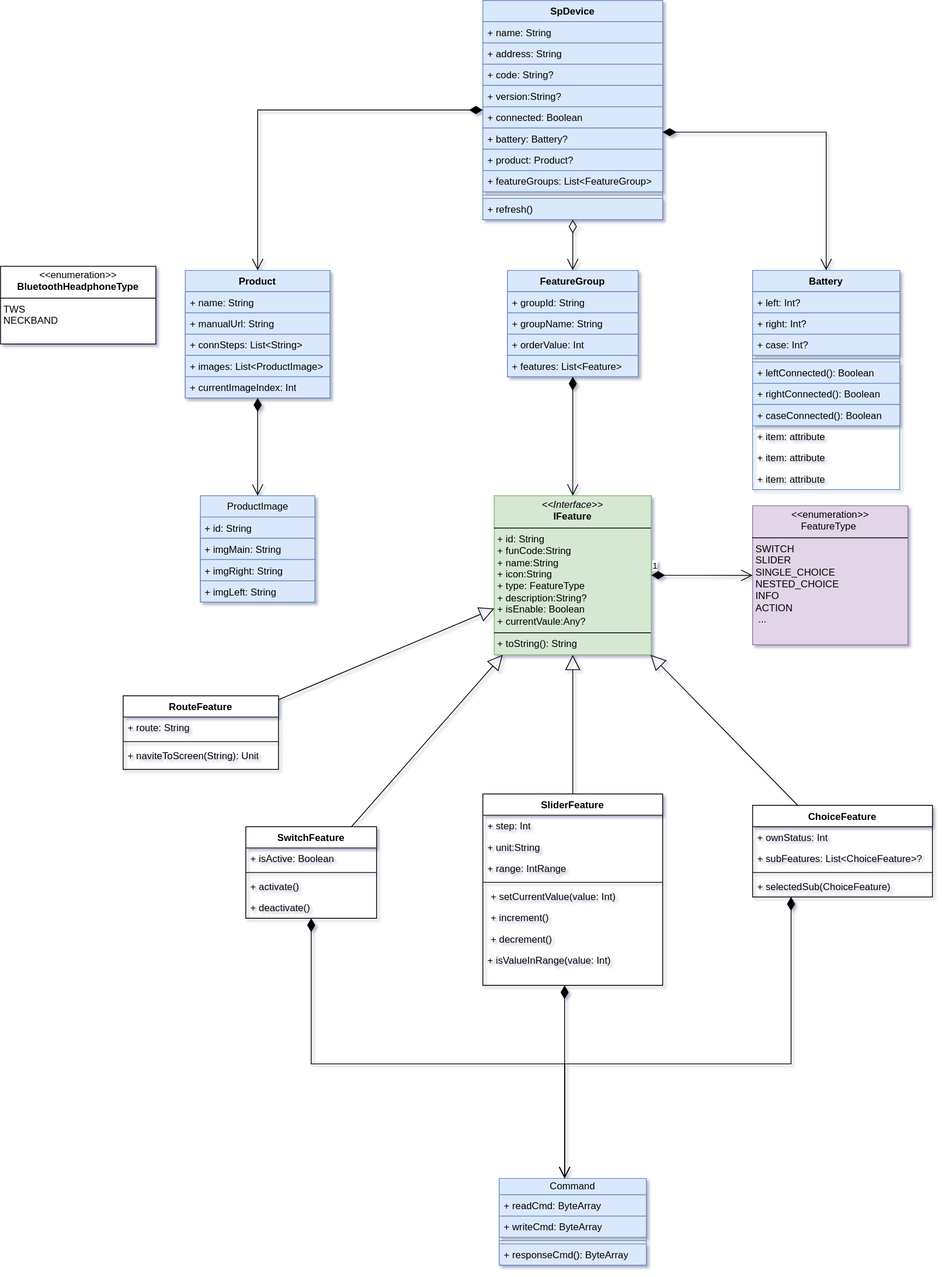
Above: sp-device.drawio.svg in kekemao00/draw-libs (draw.io), before the change. Source tidied: cells renumbered, new cells last; positions are measured from the earlier drawing's top-left corner, leaving out a move shared by most shapes.
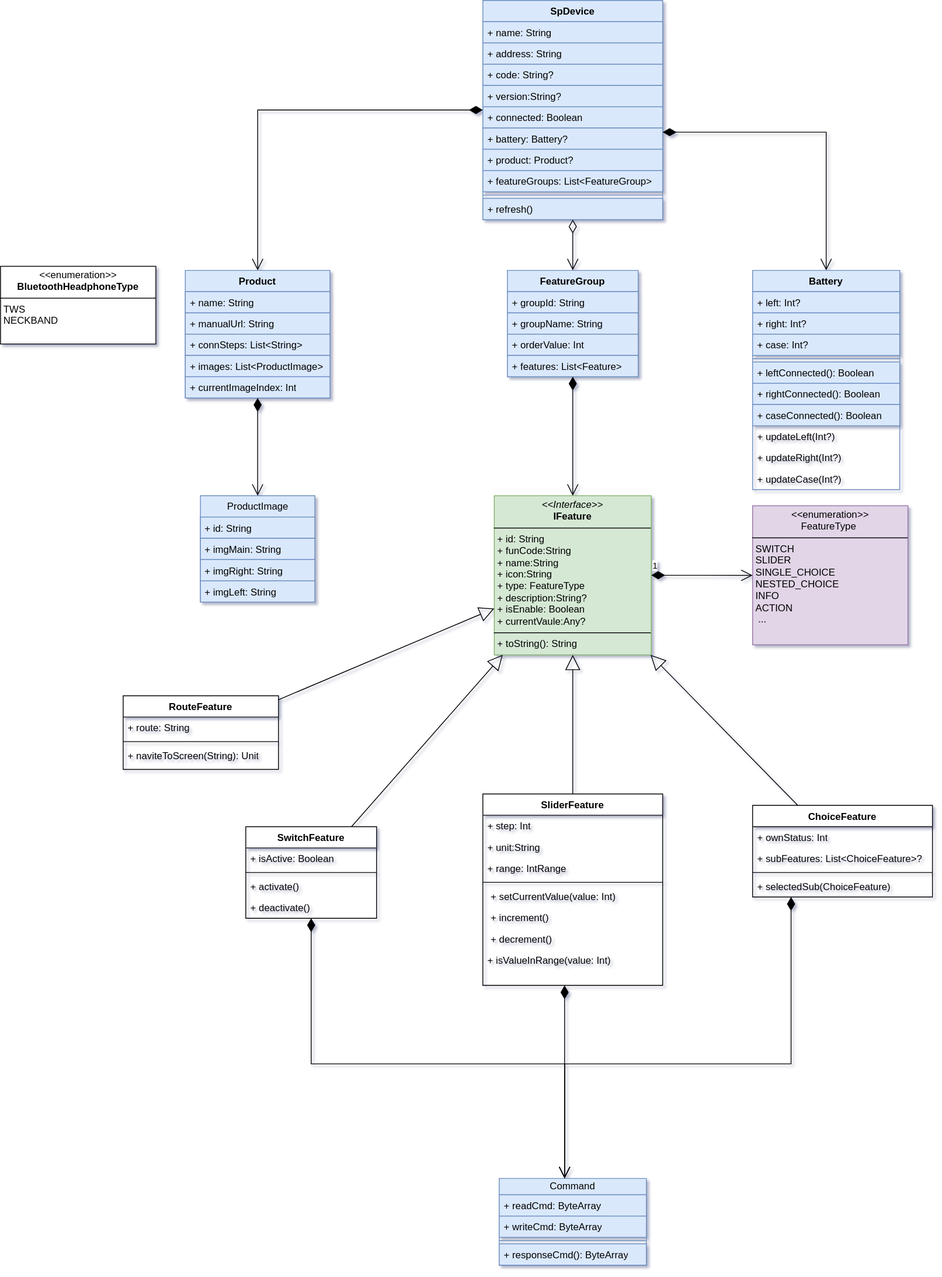
After the change.

Diff of the diagram source:
```diff
@@ -59,13 +59,13 @@
     <mxCell id="20" value="+ caseConnected(): Boolean" style="text;strokeColor=#6c8ebf;fillColor=#dae8fc;align=left;verticalAlign=top;spacingLeft=4;spacingRight=4;overflow=hidden;whiteSpace=wrap;html=1;" parent="13" vertex="1">
       <mxGeometry y="164" width="180" height="26" as="geometry" />
     </mxCell>
-    <mxCell id="21" value="+ item: attribute" style="text;strokeColor=none;fillColor=none;align=left;verticalAlign=top;spacingLeft=4;spacingRight=4;overflow=hidden;whiteSpace=wrap;html=1;" parent="13" vertex="1">
+    <mxCell id="21" value="+ updateLeft(Int?)" style="text;strokeColor=none;fillColor=none;align=left;verticalAlign=top;spacingLeft=4;spacingRight=4;overflow=hidden;whiteSpace=wrap;html=1;" parent="13" vertex="1">
       <mxGeometry y="190" width="180" height="26" as="geometry" />
     </mxCell>
-    <mxCell id="22" value="+ item: attribute" style="text;strokeColor=none;fillColor=none;align=left;verticalAlign=top;spacingLeft=4;spacingRight=4;overflow=hidden;whiteSpace=wrap;html=1;" parent="13" vertex="1">
+    <mxCell id="22" value="+ updateRight(Int?)" style="text;strokeColor=none;fillColor=none;align=left;verticalAlign=top;spacingLeft=4;spacingRight=4;overflow=hidden;whiteSpace=wrap;html=1;" parent="13" vertex="1">
       <mxGeometry y="216" width="180" height="26" as="geometry" />
     </mxCell>
-    <mxCell id="23" value="+ item: attribute" style="text;strokeColor=none;fillColor=none;align=left;verticalAlign=top;spacingLeft=4;spacingRight=4;overflow=hidden;whiteSpace=wrap;html=1;" parent="13" vertex="1">
+    <mxCell id="23" value="+ updateCase(Int?)" style="text;strokeColor=none;fillColor=none;align=left;verticalAlign=top;spacingLeft=4;spacingRight=4;overflow=hidden;whiteSpace=wrap;html=1;" parent="13" vertex="1">
       <mxGeometry y="242" width="180" height="26" as="geometry" />
     </mxCell>
     <mxCell id="24" value="Product" style="swimlane;fontStyle=1;align=center;verticalAlign=top;horizontal=1;startSize=26;whiteSpace=wrap;html=1;labelBackgroundColor=none;rounded=0;fillColor=#dae8fc;strokeColor=#6c8ebf;" parent="1" vertex="1">
```
